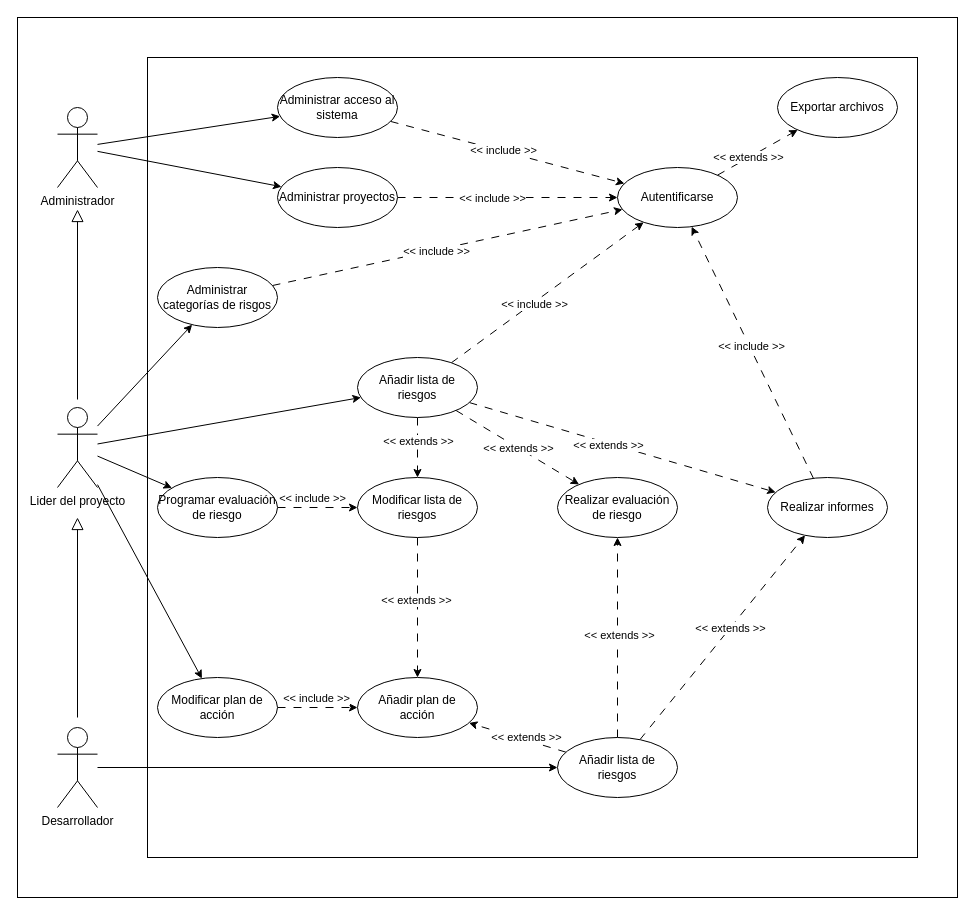
Before: page "Página-2" (2 of 2) of 2. Etapa de elaboración/Iteración 1/Especificación de requerimientos/Diagrama de CU.drawio in fxex/Vesta_Risk_Manager, a draw.io diagram. Source tidied: cells renumbered, new cells numbered last; positions are measured from the earlier drawing's top-left corner, leaving out a move shared by most shapes. Both pictures are drawn from the tidied source at 100%, with x=0, y=0 at pixel (17, 17).
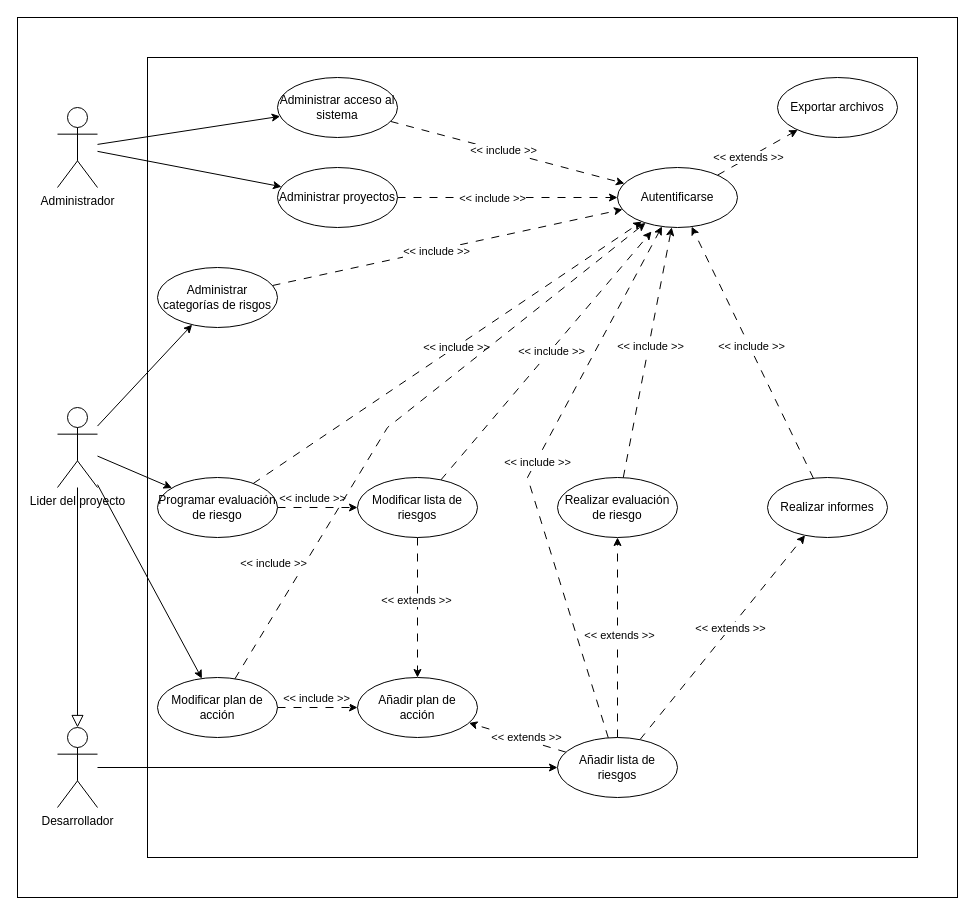
The same page after the edit.

Commit message:
Doc: Se agrego la modificacion del diagrama de casos de uso

The change refers to these unchanged cells:
```xml
<mxCell id="12" value="Lider del proyecto" style="shape=umlActor;verticalLabelPosition=bottom;verticalAlign=top;html=1;outlineConnect=0;" parent="1" vertex="1">
  <mxGeometry x="40" y="390" width="40" height="80" as="geometry" />
</mxCell>
<mxCell id="15" value="Desarrollador" style="shape=umlActor;verticalLabelPosition=bottom;verticalAlign=top;html=1;outlineConnect=0;" parent="1" vertex="1">
  <mxGeometry x="40" y="710" width="40" height="80" as="geometry" />
</mxCell>
<mxCell id="39" value="Añadir lista de riesgos" style="ellipse;whiteSpace=wrap;html=1;" parent="1" vertex="1">
  <mxGeometry x="540" y="720" width="120" height="60" as="geometry" />
</mxCell>
<mxCell id="42" value="Modificar lista de riesgos" style="ellipse;whiteSpace=wrap;html=1;" parent="1" vertex="1">
  <mxGeometry x="340" y="460" width="120" height="60" as="geometry" />
</mxCell>
<mxCell id="46" value="Realizar evaluación de riesgo" style="ellipse;whiteSpace=wrap;html=1;" parent="1" vertex="1">
  <mxGeometry x="540" y="460" width="120" height="60" as="geometry" />
</mxCell>
<mxCell id="50" value="Modificar plan de acción" style="ellipse;whiteSpace=wrap;html=1;" parent="1" vertex="1">
  <mxGeometry x="140" y="660" width="120" height="60" as="geometry" />
</mxCell>
<mxCell id="53" value="Autentificarse" style="ellipse;whiteSpace=wrap;html=1;" parent="1" vertex="1">
  <mxGeometry x="600" y="150" width="120" height="60" as="geometry" />
</mxCell>
<mxCell id="56" value="Realizar informes" style="ellipse;whiteSpace=wrap;html=1;" parent="1" vertex="1">
  <mxGeometry x="750" y="460" width="120" height="60" as="geometry" />
</mxCell>
<mxCell id="59" value="Programar evaluación de riesgo" style="ellipse;whiteSpace=wrap;html=1;" parent="1" vertex="1">
  <mxGeometry x="140" y="460" width="120" height="60" as="geometry" />
</mxCell>
```

What changed in the source:
```diff
@@
-    <mxCell id="7" style="rounded=0;jettySize=auto;html=1;" parent="1" edge="1" source="12" target="32">
-      <mxGeometry relative="1" as="geometry" />
-    </mxCell>
@@
-    <mxCell id="11" style="edgeStyle=none;rounded=0;orthogonalLoop=1;jettySize=auto;html=1;endArrow=block;endFill=0;endSize=10;" parent="1" edge="1">
-      <mxGeometry relative="1" as="geometry">
-        <mxPoint x="60" y="382" as="sourcePoint" />
-        <mxPoint x="60" y="192" as="targetPoint" />
-      </mxGeometry>
-    </mxCell>
@@
-    <mxCell id="14" style="edgeStyle=none;rounded=0;orthogonalLoop=1;jettySize=auto;html=1;endArrow=block;endFill=0;endSize=10;" parent="1" edge="1">
-      <mxGeometry relative="1" as="geometry">
-        <mxPoint x="60" y="700" as="sourcePoint" />
-        <mxPoint x="60" y="500" as="targetPoint" />
-      </mxGeometry>
+    <mxCell id="14" style="edgeStyle=none;rounded=0;jettySize=auto;html=1;endArrow=block;endFill=0;endSize=10;" parent="1" edge="1" source="12" target="15">
+      <mxGeometry relative="1" as="geometry" />
     </mxCell>
@@
-    <mxCell id="23" style="rounded=0;jettySize=auto;html=1;dashed=1;dashPattern=8 8;" parent="1" edge="1" source="32" target="42">
-      <mxGeometry relative="1" as="geometry" />
-    </mxCell>
-    <mxCell id="24" value="&amp;lt;&amp;lt; extends &amp;gt;&amp;gt;" style="edgeLabel;html=1;align=center;verticalAlign=middle;" parent="23" vertex="1">
-      <mxGeometry x="-0.25" relative="1" as="geometry" />
-    </mxCell>
-    <mxCell id="25" style="rounded=0;jettySize=auto;html=1;dashed=1;dashPattern=8 8;" parent="1" edge="1" source="32" target="46">
-      <mxGeometry relative="1" as="geometry" />
-    </mxCell>
-    <mxCell id="26" value="&amp;lt;&amp;lt; extends &amp;gt;&amp;gt;" style="edgeLabel;html=1;align=center;verticalAlign=middle;" parent="25" vertex="1">
-      <mxGeometry x="-0.21" y="-1" relative="1" as="geometry">
-        <mxPoint x="14" y="7" as="offset" />
-      </mxGeometry>
-    </mxCell>
-    <mxCell id="27" style="edgeStyle=none;rounded=0;jettySize=auto;html=1;dashed=1;dashPattern=8 8;" parent="1" edge="1" source="32" target="53">
-      <mxGeometry relative="1" as="geometry" />
-    </mxCell>
-    <mxCell id="28" value="&amp;lt;&amp;lt; include &amp;gt;&amp;gt;" style="edgeLabel;html=1;align=center;verticalAlign=middle;" parent="27" vertex="1">
-      <mxGeometry x="-0.15" y="-1" relative="1" as="geometry" />
-    </mxCell>
-    <mxCell id="29" style="edgeStyle=none;rounded=0;jettySize=auto;html=1;dashed=1;dashPattern=8 8;" parent="1" edge="1" source="32" target="56">
-      <mxGeometry relative="1" as="geometry" />
-    </mxCell>
-    <mxCell id="30" value="&amp;nbsp;" style="edgeLabel;html=1;align=center;verticalAlign=middle;" parent="29" vertex="1">
-      <mxGeometry x="-0.13" y="3" relative="1" as="geometry" />
-    </mxCell>
-    <mxCell id="31" value="&amp;lt;&amp;lt; extends &amp;gt;&amp;gt;" style="edgeLabel;html=1;align=center;verticalAlign=middle;" parent="29" vertex="1">
-      <mxGeometry x="-0.09" y="-1" relative="1" as="geometry">
-        <mxPoint y="1" as="offset" />
-      </mxGeometry>
-    </mxCell>
-    <mxCell id="32" value="Añadir lista de riesgos" style="ellipse;whiteSpace=wrap;html=1;" parent="1" vertex="1">
-      <mxGeometry x="340" y="340" width="120" height="60" as="geometry" />
-    </mxCell>
@@
+    <mxCell id="60" style="edgeStyle=none;rounded=0;jettySize=auto;html=1;dashed=1;dashPattern=8 8;" parent="1" edge="1" source="46" target="53">
+      <mxGeometry relative="1" as="geometry" />
+    </mxCell>
+    <mxCell id="61" value="&amp;lt;&amp;lt; include &amp;gt;&amp;gt;" style="edgeLabel;html=1;align=center;verticalAlign=middle;" parent="60" vertex="1">
+      <mxGeometry x="0.04" y="-1" relative="1" as="geometry">
+        <mxPoint y="-1" as="offset" />
+      </mxGeometry>
+    </mxCell>
+    <mxCell id="62" style="edgeStyle=none;rounded=0;jettySize=auto;html=1;dashed=1;dashPattern=8 8;" parent="1" edge="1" source="59" target="53">
+      <mxGeometry relative="1" as="geometry" />
+    </mxCell>
+    <mxCell id="63" value="&amp;lt;&amp;lt; include &amp;gt;&amp;gt;" style="edgeLabel;html=1;align=center;verticalAlign=middle;" parent="62" vertex="1">
+      <mxGeometry x="0.04" y="-1" relative="1" as="geometry">
+        <mxPoint y="-1" as="offset" />
+      </mxGeometry>
+    </mxCell>
+    <mxCell id="64" style="edgeStyle=none;rounded=0;jettySize=auto;html=1;dashed=1;dashPattern=8 8;" parent="1" edge="1" source="42">
+      <mxGeometry relative="1" as="geometry">
+        <mxPoint x="634" y="214" as="targetPoint" />
+      </mxGeometry>
+    </mxCell>
+    <mxCell id="65" value="&amp;lt;&amp;lt; include &amp;gt;&amp;gt;" style="edgeLabel;html=1;align=center;verticalAlign=middle;" parent="64" vertex="1">
+      <mxGeometry x="0.04" y="-1" relative="1" as="geometry">
+        <mxPoint y="-1" as="offset" />
+      </mxGeometry>
+    </mxCell>
+    <mxCell id="66" style="edgeStyle=none;rounded=0;jettySize=auto;html=1;dashed=1;dashPattern=8 8;" parent="1" edge="1" source="50" target="53">
+      <mxGeometry relative="1" as="geometry">
+        <Array as="points">
+          <mxPoint x="370" y="410" />
+        </Array>
+      </mxGeometry>
+    </mxCell>
+    <mxCell id="67" value="&amp;lt;&amp;lt; include &amp;gt;&amp;gt;" style="edgeLabel;html=1;align=center;verticalAlign=middle;" parent="66" vertex="1">
+      <mxGeometry x="0.04" y="-1" relative="1" as="geometry">
+        <mxPoint x="-139" y="153" as="offset" />
+      </mxGeometry>
+    </mxCell>
+    <mxCell id="68" style="edgeStyle=none;rounded=0;jettySize=auto;html=1;dashed=1;dashPattern=8 8;" parent="1" edge="1" source="39" target="53">
+      <mxGeometry relative="1" as="geometry">
+        <Array as="points">
+          <mxPoint x="510" y="460" />
+        </Array>
+      </mxGeometry>
+    </mxCell>
+    <mxCell id="69" value="&amp;lt;&amp;lt; include &amp;gt;&amp;gt;" style="edgeLabel;html=1;align=center;verticalAlign=middle;" parent="68" vertex="1">
+      <mxGeometry x="0.04" y="-1" relative="1" as="geometry">
+        <mxPoint y="-1" as="offset" />
+      </mxGeometry>
+    </mxCell>
```
